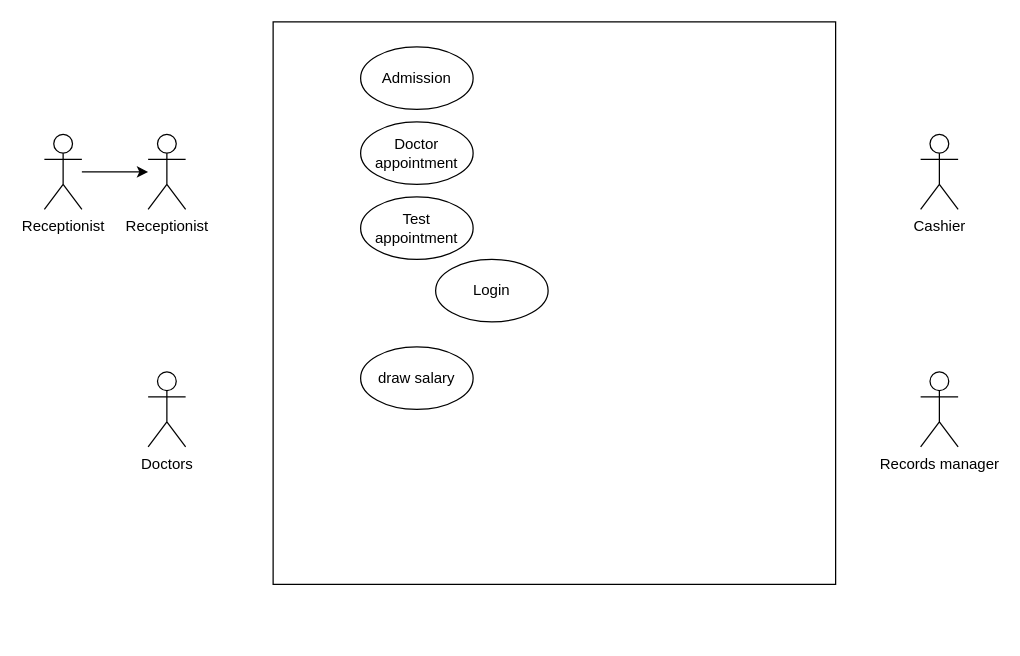
Above: exp1.drawio in mkd63/python-database-app (draw.io), before the change. Source tidied: cells renumbered, new cells numbered last; positions are measured from the earlier drawing's top-left corner, leaving out a move shared by most shapes. Both pictures are drawn from the tidied source at 125%, with x=0, y=0 at pixel (44, 21).
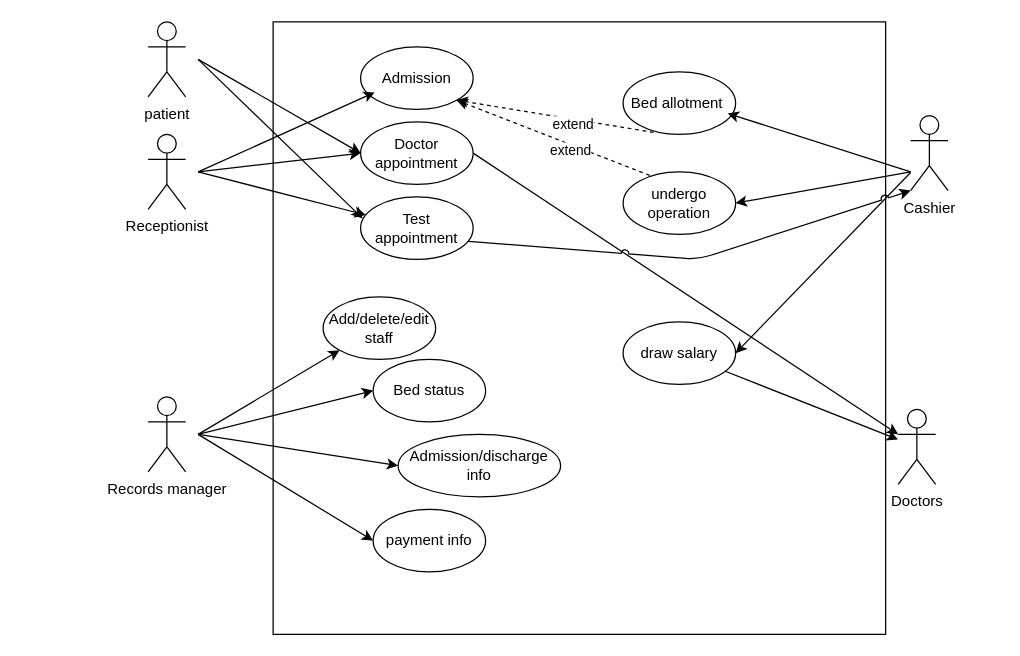
Above is the later version.

The change refers to these unchanged cells:
```xml
<mxCell id="2" value="Receptionist" style="shape=umlActor;verticalLabelPosition=bottom;verticalAlign=top;html=1;outlineConnect=0;" parent="1" vertex="1">
  <mxGeometry x="83" y="90" width="30" height="60" as="geometry" />
</mxCell>
<mxCell id="10" value="Doctor appointment" style="ellipse;whiteSpace=wrap;html=1;" parent="1" vertex="1">
  <mxGeometry x="253" y="80" width="90" height="50" as="geometry" />
</mxCell>
<mxCell id="11" value="Test appointment" style="ellipse;whiteSpace=wrap;html=1;" parent="1" vertex="1">
  <mxGeometry x="253" y="140" width="90" height="50" as="geometry" />
</mxCell>
```

Diff of the diagram source:
```diff
@@
     <mxCell id="3" value="Cashier" style="shape=umlActor;verticalLabelPosition=bottom;verticalAlign=top;html=1;outlineConnect=0;" parent="1" vertex="1">
-      <mxGeometry x="701" y="90" width="30" height="60" as="geometry" />
+      <mxGeometry x="693" y="75" width="30" height="60" as="geometry" />
     </mxCell>
     <mxCell id="4" style="whiteSpace=wrap;html=1;" parent="1" vertex="1">
-      <mxGeometry x="183" width="450" height="450" as="geometry" />
+      <mxGeometry x="183" width="490" height="490" as="geometry" />
     </mxCell>
-    <mxCell id="5" style="edgeStyle=orthogonalEdgeStyle;rounded=0;jettySize=auto;html=1;" parent="1" edge="1" source="6" target="2">
-      <mxGeometry relative="1" as="geometry" />
-    </mxCell>
-    <mxCell id="6" value="Receptionist" style="shape=umlActor;verticalLabelPosition=bottom;verticalAlign=top;html=1;outlineConnect=0;" parent="1" vertex="1">
-      <mxGeometry y="90" width="30" height="60" as="geometry" />
+    <mxCell id="6" value="patient" style="shape=umlActor;verticalLabelPosition=bottom;verticalAlign=top;html=1;outlineConnect=0;" parent="1" vertex="1">
+      <mxGeometry x="83" width="30" height="60" as="geometry" />
     </mxCell>
     <mxCell id="7" value="Records manager" style="shape=umlActor;verticalLabelPosition=bottom;verticalAlign=top;html=1;" parent="1" vertex="1">
-      <mxGeometry x="701" y="280" width="30" height="60" as="geometry" />
+      <mxGeometry x="83" y="300" width="30" height="60" as="geometry" />
     </mxCell>
     <mxCell id="8" value="Doctors&lt;br&gt;" style="shape=umlActor;verticalLabelPosition=bottom;verticalAlign=top;html=1;outlineConnect=0;" parent="1" vertex="1">
-      <mxGeometry x="83" y="280" width="30" height="60" as="geometry" />
+      <mxGeometry x="683" y="310" width="30" height="60" as="geometry" />
     </mxCell>
-    <mxCell id="9" value="Admission" style="ellipse;whiteSpace=wrap;html=1;" parent="1" vertex="1">
-      <mxGeometry x="253" y="20" width="90" height="50" as="geometry" />
-    </mxCell>
@@
-    <mxCell id="12" value="Login" style="ellipse;whiteSpace=wrap;html=1;" parent="1" vertex="1">
-      <mxGeometry x="313" y="190" width="90" height="50" as="geometry" />
-    </mxCell>
     <mxCell id="13" value="draw salary" style="ellipse;whiteSpace=wrap;html=1;" parent="1" vertex="1">
-      <mxGeometry x="253" y="260" width="90" height="50" as="geometry" />
+      <mxGeometry x="463" y="240" width="90" height="50" as="geometry" />
     </mxCell>
+    <mxCell id="14" style="endArrow=classic;html=1;entryX=0;entryY=0.5;entryDx=0;entryDy=0;" parent="1" edge="1" target="10">
+      <mxGeometry relative="1" as="geometry">
+        <mxPoint x="123" y="120" as="sourcePoint" />
+      </mxGeometry>
+    </mxCell>
+    <mxCell id="15" style="endArrow=classic;html=1;" parent="1" edge="1" target="11">
+      <mxGeometry relative="1" as="geometry">
+        <mxPoint x="123" y="120" as="sourcePoint" />
+      </mxGeometry>
+    </mxCell>
+    <mxCell id="16" style="endArrow=classic;html=1;entryX=1;entryY=0.5;entryDx=0;entryDy=0;" parent="1" edge="1" source="3" target="13">
+      <mxGeometry relative="1" as="geometry" />
+    </mxCell>
+    <mxCell id="17" style="endArrow=classic;html=1;" parent="1" edge="1" source="13" target="8">
+      <mxGeometry relative="1" as="geometry" />
+    </mxCell>
+    <mxCell id="9" value="Admission" style="ellipse;whiteSpace=wrap;html=1;" parent="1" vertex="1">
+      <mxGeometry x="253" y="20" width="90" height="50" as="geometry" />
+    </mxCell>
+    <mxCell id="18" style="endArrow=classic;html=1;entryX=0.125;entryY=0.728;entryDx=0;entryDy=0;entryPerimeter=0;" parent="1" edge="1" target="9">
+      <mxGeometry relative="1" as="geometry">
+        <mxPoint x="123" y="120" as="sourcePoint" />
+      </mxGeometry>
+    </mxCell>
+    <mxCell id="19" value="Bed allotment&amp;nbsp;" style="ellipse;whiteSpace=wrap;html=1;" parent="1" vertex="1">
+      <mxGeometry x="463" y="40" width="90" height="50" as="geometry" />
+    </mxCell>
+    <mxCell id="20" value="undergo operation" style="ellipse;whiteSpace=wrap;html=1;" parent="1" vertex="1">
+      <mxGeometry x="463" y="120" width="90" height="50" as="geometry" />
+    </mxCell>
+    <mxCell id="21" style="endArrow=classic;html=1;entryX=1;entryY=0.5;entryDx=0;entryDy=0;" parent="1" edge="1" target="20">
+      <mxGeometry relative="1" as="geometry">
+        <mxPoint x="693" y="120" as="sourcePoint" />
+      </mxGeometry>
+    </mxCell>
+    <mxCell id="22" style="endArrow=classic;html=1;entryX=0.929;entryY=0.664;entryDx=0;entryDy=0;entryPerimeter=0;" parent="1" edge="1" target="19">
+      <mxGeometry relative="1" as="geometry">
+        <mxPoint x="693" y="120" as="sourcePoint" />
+      </mxGeometry>
+    </mxCell>
+    <mxCell id="23" value="payment info" style="ellipse;whiteSpace=wrap;html=1;" parent="1" vertex="1">
+      <mxGeometry x="263" y="390" width="90" height="50" as="geometry" />
+    </mxCell>
+    <mxCell id="24" value="Admission/discharge info" style="ellipse;whiteSpace=wrap;html=1;" parent="1" vertex="1">
+      <mxGeometry x="283" y="330" width="130" height="50" as="geometry" />
+    </mxCell>
+    <mxCell id="25" value="Bed status" style="ellipse;whiteSpace=wrap;html=1;" parent="1" vertex="1">
+      <mxGeometry x="263" y="270" width="90" height="50" as="geometry" />
+    </mxCell>
+    <mxCell id="26" value="Add/delete/edit staff" style="ellipse;whiteSpace=wrap;html=1;" parent="1" vertex="1">
+      <mxGeometry x="223" y="220" width="90" height="50" as="geometry" />
+    </mxCell>
+    <mxCell id="27" style="endArrow=classic;html=1;entryX=0;entryY=1;entryDx=0;entryDy=0;" parent="1" edge="1" target="26">
+      <mxGeometry relative="1" as="geometry">
+        <mxPoint x="123" y="330" as="sourcePoint" />
+      </mxGeometry>
+    </mxCell>
+    <mxCell id="28" style="endArrow=classic;html=1;entryX=0;entryY=0.5;entryDx=0;entryDy=0;" parent="1" edge="1" target="25">
+      <mxGeometry relative="1" as="geometry">
+        <mxPoint x="123" y="330" as="sourcePoint" />
+      </mxGeometry>
+    </mxCell>
+    <mxCell id="29" style="endArrow=classic;html=1;entryX=0;entryY=0.5;entryDx=0;entryDy=0;" parent="1" edge="1" target="24">
+      <mxGeometry relative="1" as="geometry">
+        <mxPoint x="123" y="330" as="sourcePoint" />
+      </mxGeometry>
+    </mxCell>
+    <mxCell id="30" style="endArrow=classic;html=1;entryX=0;entryY=0.5;entryDx=0;entryDy=0;" parent="1" edge="1" target="23">
+      <mxGeometry relative="1" as="geometry">
+        <mxPoint x="123" y="330" as="sourcePoint" />
+      </mxGeometry>
+    </mxCell>
+    <mxCell id="31" style="endArrow=classic;html=1;entryX=0;entryY=0.3333333333333333;entryDx=0;entryDy=0;entryPerimeter=0;exitX=1;exitY=0.5;exitDx=0;exitDy=0;" parent="1" edge="1" source="10" target="8">
+      <mxGeometry relative="1" as="geometry" />
+    </mxCell>
+    <mxCell id="32" style="endArrow=classic;html=1;exitX=0.96;exitY=0.712;exitDx=0;exitDy=0;exitPerimeter=0;jumpStyle=arc;entryX=0;entryY=1;entryDx=0;entryDy=0;entryPerimeter=0;" parent="1" edge="1" source="11" target="3">
+      <mxGeometry relative="1" as="geometry">
+        <Array as="points">
+          <mxPoint x="523" y="190" />
+        </Array>
+      </mxGeometry>
+    </mxCell>
+    <mxCell id="33" style="endArrow=classic;html=1;exitX=0.271;exitY=0.968;exitDx=0;exitDy=0;exitPerimeter=0;entryX=1;entryY=1;entryDx=0;entryDy=0;dashed=1;" parent="1" edge="1" source="19" target="9">
+      <mxGeometry relative="1" as="geometry" />
+    </mxCell>
+    <mxCell id="34" value="extend" style="edgeLabel;html=1;align=center;verticalAlign=middle;" parent="33" vertex="1">
+      <mxGeometry x="-0.19" y="4" relative="1" as="geometry" />
+    </mxCell>
+    <mxCell id="35" style="endArrow=classic;html=1;exitX=0.236;exitY=0.056;exitDx=0;exitDy=0;exitPerimeter=0;entryX=1;entryY=1;entryDx=0;entryDy=0;dashed=1;" parent="1" edge="1" source="20" target="9">
+      <mxGeometry relative="1" as="geometry" />
+    </mxCell>
+    <mxCell id="36" value="extend" style="edgeLabel;html=1;align=center;verticalAlign=middle;" parent="35" vertex="1">
+      <mxGeometry x="-0.19" y="4" relative="1" as="geometry" />
+    </mxCell>
+    <mxCell id="37" style="endArrow=classic;html=1;entryX=0;entryY=0.5;entryDx=0;entryDy=0;" parent="1" edge="1" target="10">
+      <mxGeometry relative="1" as="geometry">
+        <mxPoint x="123" y="30" as="sourcePoint" />
+      </mxGeometry>
+    </mxCell>
+    <mxCell id="38" style="endArrow=classic;html=1;entryX=0.018;entryY=0.344;entryDx=0;entryDy=0;entryPerimeter=0;" parent="1" edge="1" target="11">
+      <mxGeometry relative="1" as="geometry">
+        <mxPoint x="123" y="30" as="sourcePoint" />
+      </mxGeometry>
+    </mxCell>
```
